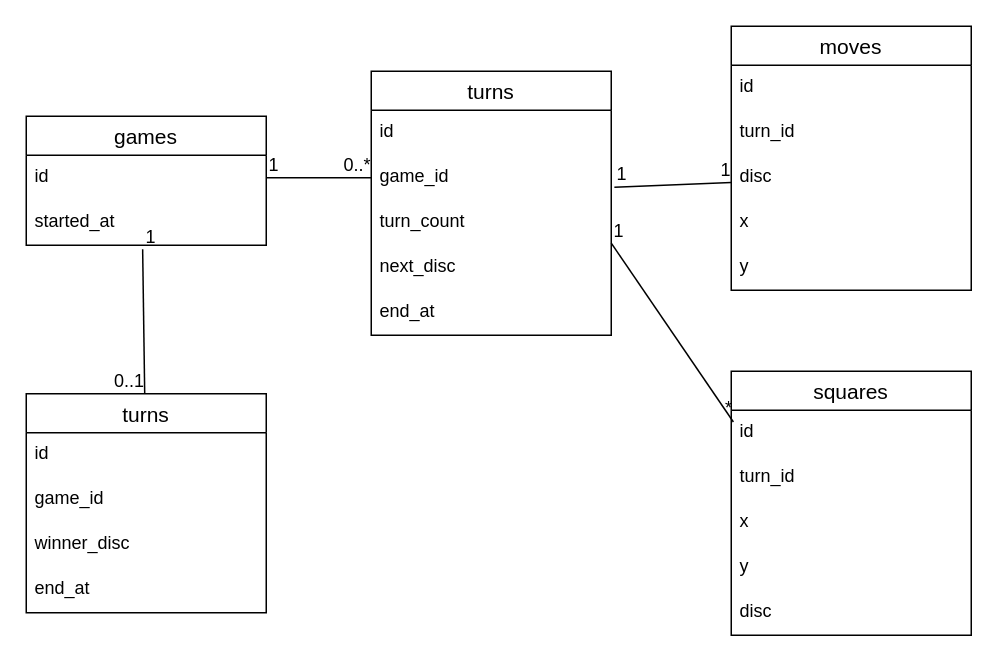
The draw.io diagram docs/er.drawio in usma11dia0/udemy-reversi-webapp, before the edit. Source tidied: cells renumbered, new cells numbered last; positions are measured from the earlier drawing's top-left corner, leaving out a move shared by most shapes. Both pictures are drawn from the tidied source at 150%, with x=0, y=0 at pixel (26, 26).
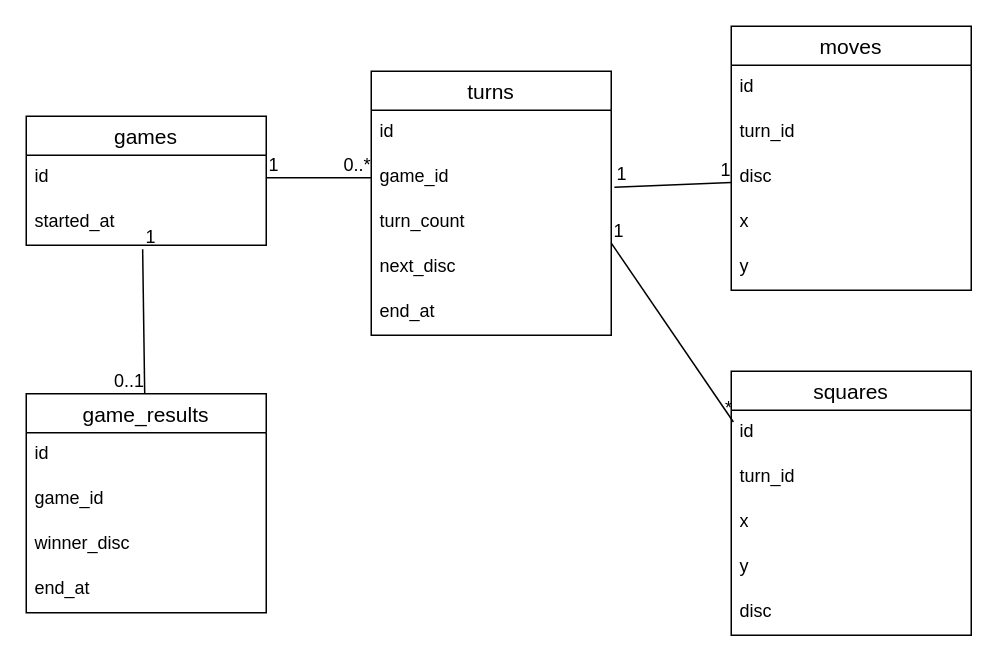
The same page after the edit.

The edit, as a diff of the source:
```diff
@@
-    <mxCell id="32" value="turns" style="swimlane;fontStyle=0;horizontal=1;startSize=26;align=center;fontSize=14;" parent="1" vertex="1">
+    <mxCell id="32" value="game_results" style="swimlane;fontStyle=0;horizontal=1;startSize=26;align=center;fontSize=14;" parent="1" vertex="1">
       <mxGeometry y="245" width="160" height="146" as="geometry" />
     </mxCell>
```
